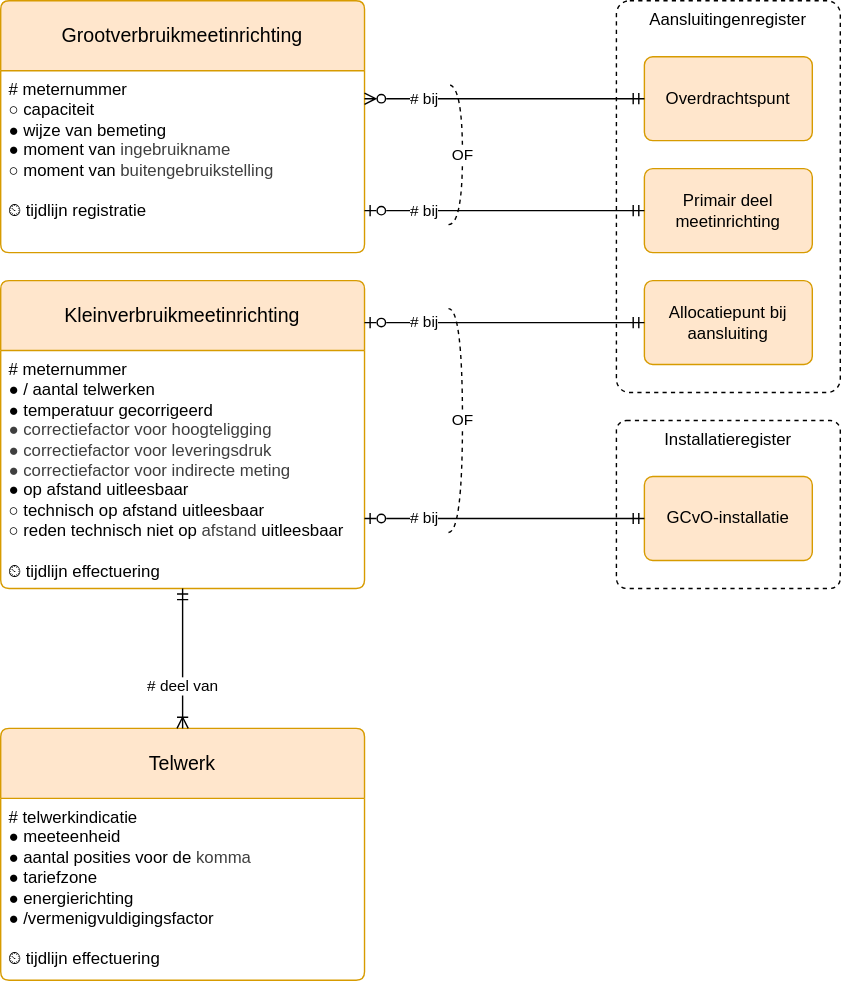
Netbeheer-Nederland/stelsel keeps this draw.io diagram as registers/meetinrichtingenregister/1.4/meetinrichtingenregister.drawio.svg. Above is the earlier version. Source tidied: cells renumbered, new cells last; positions are measured from the earlier drawing's top-left corner, leaving out a move shared by most shapes.
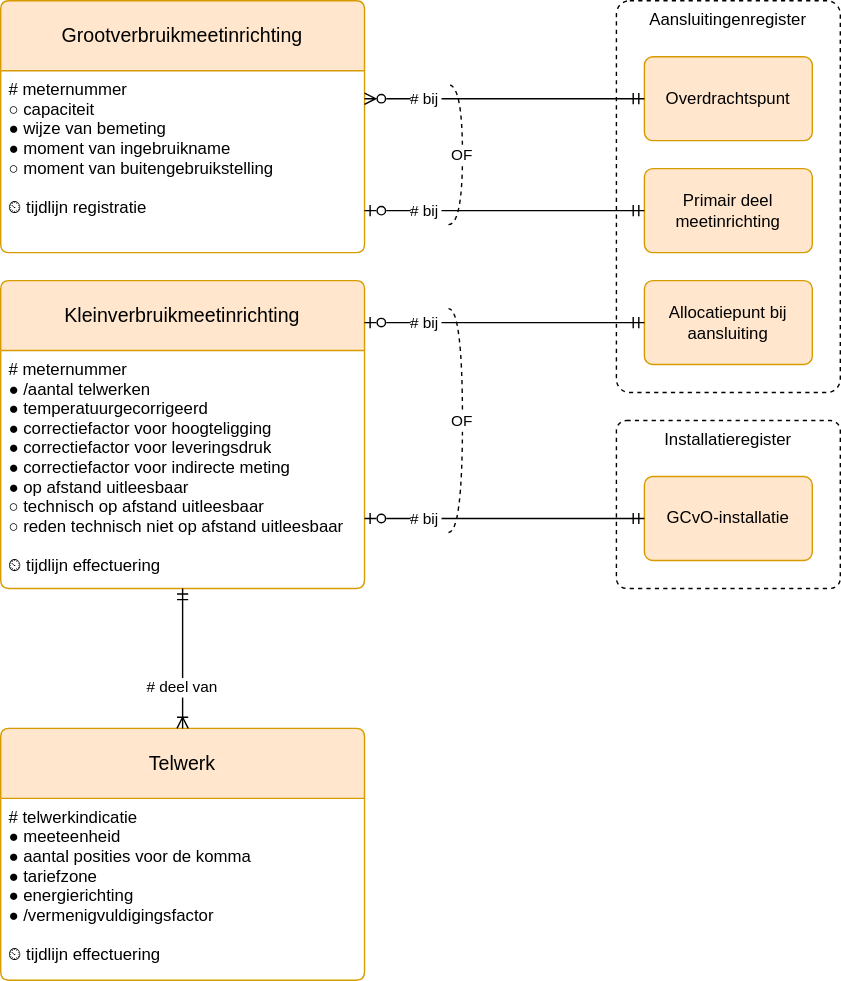
After the commit.

Diff of the diagram source:
```diff
@@ -2,56 +2,56 @@
   <root>
     <mxCell id="0" />
     <mxCell id="1" parent="0" />
-    <mxCell id="2" value="Aansluitingenregister" style="rounded=1;whiteSpace=wrap;html=1;dashed=1;verticalAlign=top;arcSize=6;" parent="1" vertex="1">
+    <mxCell id="2" value="Aansluitingenregister" style="rounded=1;whiteSpace=wrap;dashed=1;verticalAlign=top;arcSize=6;" parent="1" vertex="1">
       <mxGeometry x="440" width="160" height="280" as="geometry" />
     </mxCell>
-    <mxCell id="3" value="Kleinverbruikmeetinrichting" style="swimlane;horizontal=1;startSize=50;rounded=1;fontSize=14;fontStyle=0;strokeWidth=1;shadow=0;dashed=0;align=center;fillColor=#ffe6cc;strokeColor=#d79b00;arcSize=4;whiteSpace=wrap;html=1;" parent="1" vertex="1">
+    <mxCell id="3" value="Kleinverbruikmeetinrichting" style="swimlane;horizontal=1;startSize=50;rounded=1;fontSize=14;fontStyle=0;strokeWidth=1;shadow=0;dashed=0;align=center;fillColor=#ffe6cc;strokeColor=#d79b00;arcSize=4;whiteSpace=wrap;" parent="1" vertex="1">
       <mxGeometry y="200" width="260" height="220" as="geometry" />
     </mxCell>
-    <mxCell id="4" value="&lt;div&gt;&lt;span style=&quot;background-color: transparent; color: light-dark(rgb(0, 0, 0), rgb(255, 255, 255));&quot;&gt;# meternummer&lt;/span&gt;&lt;/div&gt;&lt;div&gt;&lt;span style=&quot;background-color: transparent; color: light-dark(rgb(0, 0, 0), rgb(255, 255, 255));&quot;&gt;● /&lt;/span&gt;&lt;span style=&quot;background-color: transparent; color: light-dark(rgb(0, 0, 0), rgb(255, 255, 255));&quot;&gt;aantal telwerken&lt;/span&gt;&lt;/div&gt;&lt;div&gt;&lt;div&gt;&lt;span style=&quot;background-color: initial;&quot;&gt;● &lt;/span&gt;&lt;span style=&quot;background-color: initial;&quot;&gt;temperatuur&lt;/span&gt;&lt;span style=&quot;background-color: initial; color: light-dark(rgb(0, 0, 0), rgb(255, 255, 255));&quot;&gt;gecorrigeerd&lt;/span&gt;&lt;/div&gt;&lt;div&gt;&lt;span style=&quot;color: rgb(63, 63, 63);&quot;&gt;● correctiefactor voor&amp;nbsp;&lt;/span&gt;&lt;span style=&quot;color: rgb(63, 63, 63); background-color: transparent;&quot;&gt;hoogteligging&lt;/span&gt;&lt;/div&gt;&lt;div&gt;&lt;span style=&quot;color: rgb(63, 63, 63);&quot;&gt;● correctiefactor voor&amp;nbsp;&lt;/span&gt;&lt;span style=&quot;color: rgb(63, 63, 63); background-color: transparent;&quot;&gt;leveringsdruk&lt;/span&gt;&lt;/div&gt;&lt;div&gt;&lt;span style=&quot;color: rgb(63, 63, 63);&quot;&gt;● correctiefactor voor indirecte meting&lt;/span&gt;&lt;span style=&quot;color: rgb(63, 63, 63); background-color: transparent;&quot;&gt;&lt;/span&gt;&lt;/div&gt;&lt;div&gt;● op afstand uitleesbaar&lt;/div&gt;&lt;div&gt;&lt;span style=&quot;background-color: initial; color: light-dark(rgb(0, 0, 0), rgb(255, 255, 255));&quot;&gt;○ &lt;/span&gt;&lt;span style=&quot;background-color: initial; color: light-dark(rgb(0, 0, 0), rgb(255, 255, 255));&quot;&gt;technisch op afstand&amp;nbsp;&lt;/span&gt;&lt;span style=&quot;background-color: initial;&quot;&gt;uitleesbaar&lt;/span&gt;&lt;/div&gt;&lt;div&gt;○ reden technisch niet op&amp;nbsp;&lt;span style=&quot;color: rgb(63, 63, 63); background-color: transparent;&quot;&gt;afstand&amp;nbsp;&lt;/span&gt;&lt;span style=&quot;background-color: transparent;&quot;&gt;uitleesbaar&lt;/span&gt;&lt;/div&gt;&lt;/div&gt;&lt;div&gt;&lt;div&gt;&lt;br&gt;&lt;/div&gt;&lt;/div&gt;&lt;div&gt;⏲ tijdlijn effectuering&lt;/div&gt;" style="align=left;strokeColor=none;fillColor=none;spacingLeft=4;fontSize=12;verticalAlign=top;fontStyle=0;html=1;" parent="3" vertex="1">
+    <mxCell id="4" value="# meternummer&#10;● /aantal telwerken&#10;● temperatuurgecorrigeerd&#10;● correctiefactor voor hoogteligging&#10;● correctiefactor voor leveringsdruk&#10;● correctiefactor voor indirecte meting&#10;● op afstand uitleesbaar&#10;○ technisch op afstand uitleesbaar&#10;○ reden technisch niet op afstand uitleesbaar&#10;&#10;⏲ tijdlijn effectuering" style="align=left;strokeColor=none;fillColor=none;spacingLeft=4;fontSize=12;verticalAlign=top;fontStyle=0;" parent="3" vertex="1">
       <mxGeometry y="50" width="260" height="170" as="geometry" />
     </mxCell>
-    <mxCell id="5" value="Telwerk" style="swimlane;horizontal=1;startSize=50;rounded=1;fontSize=14;fontStyle=0;strokeWidth=1;shadow=0;dashed=0;align=center;fillColor=#ffe6cc;strokeColor=#d79b00;arcSize=4;whiteSpace=wrap;html=1;" parent="1" vertex="1">
+    <mxCell id="5" value="Telwerk" style="swimlane;horizontal=1;startSize=50;rounded=1;fontSize=14;fontStyle=0;strokeWidth=1;shadow=0;dashed=0;align=center;fillColor=#ffe6cc;strokeColor=#d79b00;arcSize=4;whiteSpace=wrap;" parent="1" vertex="1">
       <mxGeometry y="520" width="260" height="180" as="geometry" />
     </mxCell>
-    <mxCell id="6" value="#&amp;nbsp;telwerkindicatie&lt;br&gt;●&amp;nbsp;meeteenheid&lt;br&gt;●&amp;nbsp;aantal posities voor de&amp;nbsp;&lt;span style=&quot;background-color: initial; color: rgb(63, 63, 63);&quot;&gt;komma&lt;/span&gt;&lt;div&gt;&lt;div&gt;&lt;span style=&quot;background-color: initial;&quot;&gt;●&amp;nbsp;&lt;/span&gt;&lt;span style=&quot;background-color: initial;&quot;&gt;tariefzone&lt;/span&gt;&lt;div&gt;●&amp;nbsp;energierichting&lt;/div&gt;&lt;/div&gt;&lt;div&gt;● /vermenigvuldigingsfactor&lt;/div&gt;&lt;div&gt;&lt;br&gt;&lt;/div&gt;&lt;div&gt;⏲ tijdlijn effectuering&lt;/div&gt;&lt;/div&gt;" style="align=left;strokeColor=none;fillColor=none;spacingLeft=4;fontSize=12;verticalAlign=top;fontStyle=0;html=1;" parent="5" vertex="1">
+    <mxCell id="6" value="# telwerkindicatie&#10;● meeteenheid&#10;● aantal posities voor de komma&#10;● tariefzone&#10;● energierichting&#10;● /vermenigvuldigingsfactor&#10;&#10;⏲ tijdlijn effectuering" style="align=left;strokeColor=none;fillColor=none;spacingLeft=4;fontSize=12;verticalAlign=top;fontStyle=0;" parent="5" vertex="1">
       <mxGeometry y="50" width="260" height="130" as="geometry" />
     </mxCell>
-    <mxCell id="7" value="# deel van" style="fontSize=11;html=1;endArrow=ERoneToMany;startArrow=ERmandOne;rounded=0;endFill=0;fontStyle=0;align=center;startFill=0;elbow=vertical;" parent="1" edge="1" source="3" target="5">
+    <mxCell id="7" value="# deel van" style="fontSize=11;endArrow=ERoneToMany;startArrow=ERmandOne;rounded=0;endFill=0;fontStyle=0;align=center;startFill=0;elbow=vertical;" parent="1" edge="1" source="3" target="5">
       <mxGeometry x="0.4" relative="1" as="geometry" />
     </mxCell>
-    <mxCell id="8" value="Installatieregister" style="rounded=1;whiteSpace=wrap;html=1;dashed=1;verticalAlign=top;arcSize=6;" parent="1" vertex="1">
+    <mxCell id="8" value="Installatieregister" style="rounded=1;whiteSpace=wrap;dashed=1;verticalAlign=top;arcSize=6;" parent="1" vertex="1">
       <mxGeometry x="440" y="300" width="160" height="120" as="geometry" />
     </mxCell>
-    <mxCell id="9" value="Allocatiepunt bij aansluiting" style="rounded=1;arcSize=10;whiteSpace=wrap;html=1;align=center;fillColor=#ffe6cc;strokeColor=#d79b00;" parent="1" vertex="1">
+    <mxCell id="9" value="Allocatiepunt bij aansluiting" style="rounded=1;arcSize=10;whiteSpace=wrap;align=center;fillColor=#ffe6cc;strokeColor=#d79b00;" parent="1" vertex="1">
       <mxGeometry x="460" y="200" width="120" height="60" as="geometry" />
     </mxCell>
-    <mxCell id="10" value="GCvO-installatie" style="rounded=1;arcSize=10;whiteSpace=wrap;html=1;align=center;fillColor=#ffe6cc;strokeColor=#d79b00;" parent="1" vertex="1">
+    <mxCell id="10" value="GCvO-installatie" style="rounded=1;arcSize=10;whiteSpace=wrap;align=center;fillColor=#ffe6cc;strokeColor=#d79b00;" parent="1" vertex="1">
       <mxGeometry x="460" y="340" width="120" height="60" as="geometry" />
     </mxCell>
-    <mxCell id="11" value="Overdrachtspunt" style="rounded=1;arcSize=10;whiteSpace=wrap;html=1;align=center;fillColor=#ffe6cc;strokeColor=#d79b00;" parent="1" vertex="1">
+    <mxCell id="11" value="Overdrachtspunt" style="rounded=1;arcSize=10;whiteSpace=wrap;align=center;fillColor=#ffe6cc;strokeColor=#d79b00;" parent="1" vertex="1">
       <mxGeometry x="460" y="40" width="120" height="60" as="geometry" />
     </mxCell>
-    <mxCell id="12" value="Grootverbruikmeetinrichting" style="swimlane;horizontal=1;startSize=50;rounded=1;fontSize=14;fontStyle=0;strokeWidth=1;shadow=0;dashed=0;align=center;fillColor=#ffe6cc;strokeColor=#d79b00;arcSize=4;whiteSpace=wrap;html=1;" parent="1" vertex="1">
+    <mxCell id="12" value="Grootverbruikmeetinrichting" style="swimlane;horizontal=1;startSize=50;rounded=1;fontSize=14;fontStyle=0;strokeWidth=1;shadow=0;dashed=0;align=center;fillColor=#ffe6cc;strokeColor=#d79b00;arcSize=4;whiteSpace=wrap;" parent="1" vertex="1">
       <mxGeometry width="260" height="180" as="geometry" />
     </mxCell>
-    <mxCell id="13" value="&lt;div&gt;&lt;span style=&quot;background-color: initial; color: light-dark(rgb(0, 0, 0), rgb(255, 255, 255));&quot;&gt;# meternummer&lt;/span&gt;&lt;/div&gt;&lt;div&gt;&lt;span style=&quot;background-color: initial; color: light-dark(rgb(0, 0, 0), rgb(255, 255, 255));&quot;&gt;○&lt;/span&gt;&lt;span style=&quot;background-color: initial; color: light-dark(rgb(0, 0, 0), rgb(255, 255, 255));&quot;&gt;&amp;nbsp;capaciteit&lt;/span&gt;&lt;/div&gt;&lt;div&gt;&lt;span style=&quot;background-color: initial;&quot;&gt;●&lt;/span&gt;&lt;span style=&quot;background-color: initial;&quot;&gt;&amp;nbsp;wijze van bemeting&lt;/span&gt;&lt;/div&gt;&lt;div&gt;● moment van&lt;span style=&quot;color: rgb(63, 63, 63); background-color: transparent;&quot;&gt;&amp;nbsp;ingebruikname&lt;/span&gt;&lt;/div&gt;&lt;div&gt;○ moment van&lt;span style=&quot;color: rgb(63, 63, 63); background-color: transparent;&quot;&gt;&amp;nbsp;buitengebruikstelling&lt;/span&gt;&lt;/div&gt;&lt;div&gt;&lt;span style=&quot;background-color: transparent; color: light-dark(rgb(0, 0, 0), rgb(255, 255, 255));&quot;&gt;&lt;br&gt;&lt;/span&gt;&lt;/div&gt;&lt;div&gt;&lt;span style=&quot;background-color: transparent; color: light-dark(rgb(0, 0, 0), rgb(255, 255, 255));&quot;&gt;⏲ tijdlijn registratie&lt;/span&gt;&lt;/div&gt;" style="align=left;strokeColor=none;fillColor=none;spacingLeft=4;fontSize=12;verticalAlign=top;fontStyle=0;html=1;" parent="12" vertex="1">
+    <mxCell id="13" value="# meternummer&#10;○ capaciteit&#10;● wijze van bemeting&#10;● moment van ingebruikname&#10;○ moment van buitengebruikstelling&#10;&#10;⏲ tijdlijn registratie" style="align=left;strokeColor=none;fillColor=none;spacingLeft=4;fontSize=12;verticalAlign=top;fontStyle=0;" parent="12" vertex="1">
       <mxGeometry y="50" width="260" height="130" as="geometry" />
     </mxCell>
-    <mxCell id="14" value="Primair deel meetinrichting" style="rounded=1;arcSize=10;whiteSpace=wrap;html=1;align=center;fillColor=#ffe6cc;strokeColor=#d79b00;" parent="1" vertex="1">
+    <mxCell id="14" value="Primair deel meetinrichting" style="rounded=1;arcSize=10;whiteSpace=wrap;align=center;fillColor=#ffe6cc;strokeColor=#d79b00;" parent="1" vertex="1">
       <mxGeometry x="460" y="120" width="120" height="60" as="geometry" />
     </mxCell>
-    <mxCell id="15" value="# bij" style="endArrow=ERzeroToMany;html=1;rounded=0;startArrow=ERmandOne;startFill=0;endFill=0;edgeStyle=elbowEdgeStyle;align=left;elbow=vertical;" parent="1" edge="1" source="11" target="12">
+    <mxCell id="15" value="# bij" style="endArrow=ERzeroToMany;rounded=0;startArrow=ERmandOne;startFill=0;endFill=0;edgeStyle=elbowEdgeStyle;align=left;elbow=vertical;" parent="1" edge="1" source="11" target="12">
       <mxGeometry x="0.7" relative="1" as="geometry">
         <mxPoint x="1" as="offset" />
       </mxGeometry>
     </mxCell>
-    <mxCell id="16" value="# bij" style="endArrow=ERzeroToOne;html=1;rounded=0;startArrow=ERmandOne;startFill=0;endFill=0;edgeStyle=elbowEdgeStyle;align=left;elbow=vertical;" parent="1" edge="1" source="14" target="12">
+    <mxCell id="16" value="# bij" style="endArrow=ERzeroToOne;rounded=0;startArrow=ERmandOne;startFill=0;endFill=0;edgeStyle=elbowEdgeStyle;align=left;elbow=vertical;" parent="1" edge="1" source="14" target="12">
       <mxGeometry x="0.7" relative="1" as="geometry">
         <mxPoint x="1" as="offset" />
       </mxGeometry>
     </mxCell>
-    <mxCell id="17" value="OF" style="endArrow=none;html=1;rounded=0;edgeStyle=orthogonalEdgeStyle;noJump=0;orthogonalLoop=0;orthogonal=0;dashed=1;jumpStyle=arc;jumpSize=12;curved=1;" parent="1" edge="1">
+    <mxCell id="17" value="OF" style="endArrow=none;rounded=0;edgeStyle=orthogonalEdgeStyle;noJump=0;orthogonalLoop=0;orthogonal=0;dashed=1;jumpStyle=arc;jumpSize=12;curved=1;" parent="1" edge="1">
       <mxGeometry relative="1" as="geometry">
         <mxPoint x="320" y="160" as="sourcePoint" />
         <mxPoint x="320" y="60" as="targetPoint" />
@@ -61,17 +61,17 @@
         </Array>
       </mxGeometry>
     </mxCell>
-    <mxCell id="18" value="# bij" style="endArrow=ERzeroToOne;html=1;rounded=0;startArrow=ERmandOne;startFill=0;endFill=0;edgeStyle=elbowEdgeStyle;align=left;elbow=vertical;" parent="1" edge="1" source="9" target="3">
+    <mxCell id="18" value="# bij" style="endArrow=ERzeroToOne;rounded=0;startArrow=ERmandOne;startFill=0;endFill=0;edgeStyle=elbowEdgeStyle;align=left;elbow=vertical;" parent="1" edge="1" source="9" target="3">
       <mxGeometry x="0.7" relative="1" as="geometry">
         <mxPoint x="1" as="offset" />
       </mxGeometry>
     </mxCell>
-    <mxCell id="19" value="# bij" style="endArrow=ERzeroToOne;html=1;rounded=0;startArrow=ERmandOne;startFill=0;endFill=0;edgeStyle=elbowEdgeStyle;align=left;elbow=vertical;" parent="1" edge="1" source="10" target="3">
+    <mxCell id="19" value="# bij" style="endArrow=ERzeroToOne;rounded=0;startArrow=ERmandOne;startFill=0;endFill=0;edgeStyle=elbowEdgeStyle;align=left;elbow=vertical;" parent="1" edge="1" source="10" target="3">
       <mxGeometry x="0.7" relative="1" as="geometry">
         <mxPoint x="1" as="offset" />
       </mxGeometry>
     </mxCell>
-    <mxCell id="20" value="OF" style="endArrow=none;html=1;rounded=0;edgeStyle=orthogonalEdgeStyle;noJump=0;orthogonalLoop=0;orthogonal=0;dashed=1;jumpStyle=arc;jumpSize=12;curved=1;" parent="1" edge="1">
+    <mxCell id="20" value="OF" style="endArrow=none;rounded=0;edgeStyle=orthogonalEdgeStyle;noJump=0;orthogonalLoop=0;orthogonal=0;dashed=1;jumpStyle=arc;jumpSize=12;curved=1;" parent="1" edge="1">
       <mxGeometry relative="1" as="geometry">
         <mxPoint x="320" y="380" as="sourcePoint" />
         <mxPoint x="320" y="220" as="targetPoint" />
```
